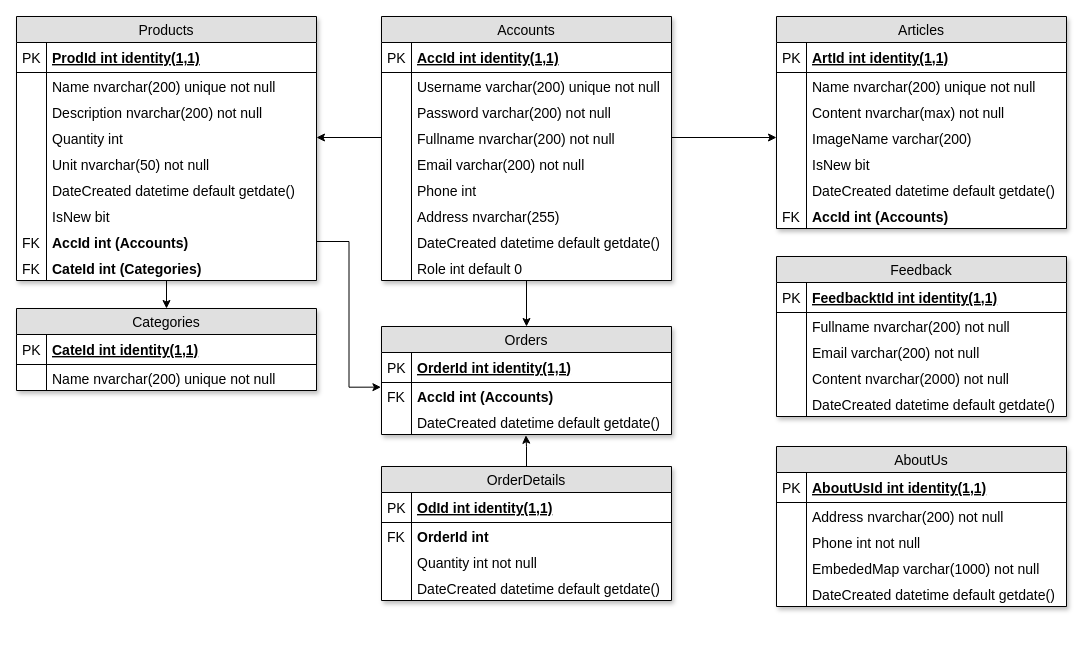
This is page "Database" (2 of 3) of PetCare-design-Phuong-PC.drawio from duyphuong403/PetCare, a draw.io file, before an edit. Source tidied: cells renumbered, new cells numbered last; positions are measured from the earlier drawing's top-left corner, leaving out a move shared by most shapes. Both pictures are drawn from the tidied source at 100%, with x=0, y=0 at pixel (16, 16).
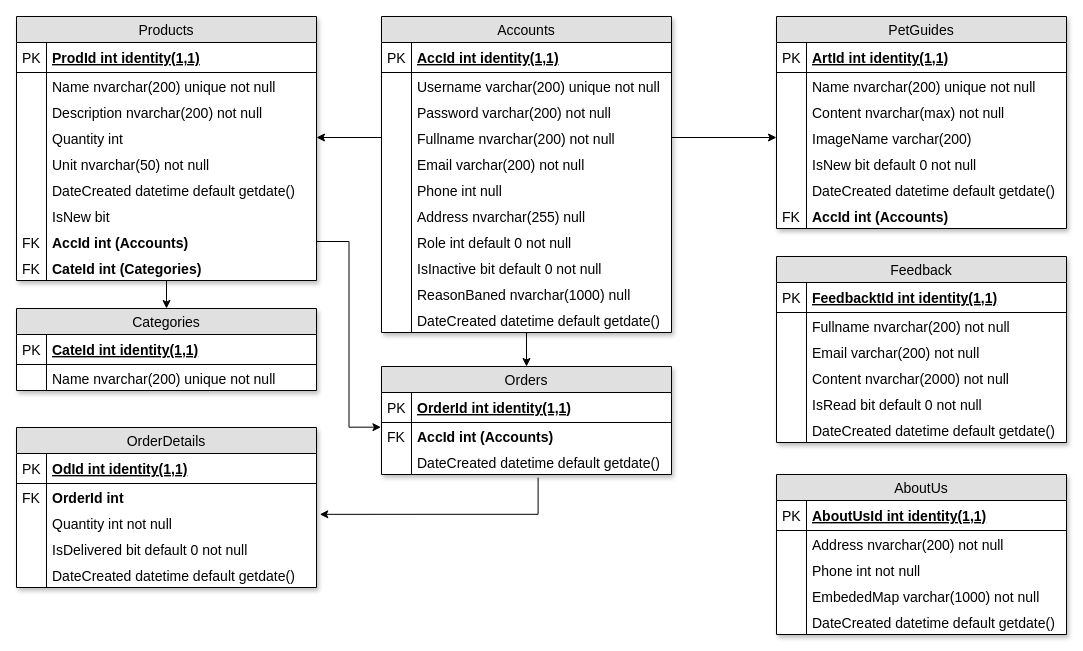
The same page after the edit.

Unchanged cells that the change refers to:
```xml
<mxCell id="32" value="DateCreated datetime default getdate()" style="shape=partialRectangle;top=0;left=0;right=0;bottom=0;align=left;verticalAlign=top;fillColor=none;spacingLeft=34;spacingRight=4;overflow=hidden;points=[[0,0.5],[1,0.5]];portConstraint=eastwest;fontSize=14;" parent="27" vertex="1">
  <mxGeometry y="82" width="290" height="26" as="geometry" />
</mxCell>
```

Diff of the diagram source:
```diff
@@
     <mxCell id="27" value="Orders" style="swimlane;fontStyle=0;horizontal=1;startSize=26;fillColor=#e0e0e0;swimlaneFillColor=#ffffff;align=center;fontSize=14;glass=0;rounded=0;swimlaneLine=1;shadow=1;comic=0;" parent="1" vertex="1">
-      <mxGeometry x="365" y="310" width="290" height="108" as="geometry" />
+      <mxGeometry x="365" y="350" width="290" height="108" as="geometry" />
     </mxCell>
@@
     <mxCell id="35" value="Accounts" style="swimlane;fontStyle=0;horizontal=1;startSize=26;fillColor=#e0e0e0;swimlaneFillColor=#ffffff;align=center;fontSize=14;glass=0;rounded=0;swimlaneLine=1;shadow=1;comic=0;" parent="1" vertex="1">
-      <mxGeometry x="365" width="290" height="264" as="geometry" />
+      <mxGeometry x="365" width="290" height="316" as="geometry" />
     </mxCell>
@@
-    <mxCell id="46" value="Phone int" style="shape=partialRectangle;top=0;left=0;right=0;bottom=0;align=left;verticalAlign=top;fillColor=none;spacingLeft=34;spacingRight=4;overflow=hidden;fontSize=14;" parent="35" vertex="1">
+    <mxCell id="46" value="Phone int null" style="shape=partialRectangle;top=0;left=0;right=0;bottom=0;align=left;verticalAlign=top;fillColor=none;spacingLeft=34;spacingRight=4;overflow=hidden;fontSize=14;" parent="35" vertex="1">
       <mxGeometry y="160" width="290" height="26" as="geometry" />
     </mxCell>
@@
-    <mxCell id="48" value="Address nvarchar(255)" style="shape=partialRectangle;top=0;left=0;right=0;bottom=0;align=left;verticalAlign=top;fillColor=none;spacingLeft=34;spacingRight=4;overflow=hidden;fontSize=14;" parent="35" vertex="1">
+    <mxCell id="48" value="Address nvarchar(255) null" style="shape=partialRectangle;top=0;left=0;right=0;bottom=0;align=left;verticalAlign=top;fillColor=none;spacingLeft=34;spacingRight=4;overflow=hidden;fontSize=14;" parent="35" vertex="1">
       <mxGeometry y="186" width="290" height="26" as="geometry" />
     </mxCell>
@@
+    <mxCell id="52" value="Role int default 0 not null&#10;" style="shape=partialRectangle;top=0;left=0;right=0;bottom=0;align=left;verticalAlign=top;fillColor=none;spacingLeft=34;spacingRight=4;overflow=hidden;fontSize=14;" parent="35" vertex="1">
+      <mxGeometry y="212" width="290" height="26" as="geometry" />
+    </mxCell>
+    <mxCell id="53" style="shape=partialRectangle;top=0;left=0;bottom=0;fillColor=none;align=left;verticalAlign=top;spacingLeft=4;spacingRight=4;overflow=hidden;fontSize=14;" parent="52" vertex="1">
+      <mxGeometry width="30" height="26" as="geometry" />
+    </mxCell>
+    <mxCell id="104" value="IsInactive bit default 0 not null" style="shape=partialRectangle;top=0;left=0;right=0;bottom=0;align=left;verticalAlign=top;fillColor=none;spacingLeft=34;spacingRight=4;overflow=hidden;fontSize=14;" parent="35" vertex="1">
+      <mxGeometry y="238" width="290" height="26" as="geometry" />
+    </mxCell>
+    <mxCell id="105" style="shape=partialRectangle;top=0;left=0;bottom=0;fillColor=none;align=left;verticalAlign=top;spacingLeft=4;spacingRight=4;overflow=hidden;fontSize=14;" parent="104" vertex="1">
+      <mxGeometry width="30" height="26" as="geometry" />
+    </mxCell>
+    <mxCell id="106" value="ReasonBaned nvarchar(1000) null" style="shape=partialRectangle;top=0;left=0;right=0;bottom=0;align=left;verticalAlign=top;fillColor=none;spacingLeft=34;spacingRight=4;overflow=hidden;fontSize=14;" parent="35" vertex="1">
+      <mxGeometry y="264" width="290" height="26" as="geometry" />
+    </mxCell>
+    <mxCell id="107" style="shape=partialRectangle;top=0;left=0;bottom=0;fillColor=none;align=left;verticalAlign=top;spacingLeft=4;spacingRight=4;overflow=hidden;fontSize=14;" parent="106" vertex="1">
+      <mxGeometry width="30" height="26" as="geometry" />
+    </mxCell>
     <mxCell id="50" value="DateCreated datetime default getdate()" style="shape=partialRectangle;top=0;left=0;right=0;bottom=0;align=left;verticalAlign=top;fillColor=none;spacingLeft=34;spacingRight=4;overflow=hidden;fontSize=14;" parent="35" vertex="1">
-      <mxGeometry y="212" width="290" height="26" as="geometry" />
+      <mxGeometry y="290" width="290" height="26" as="geometry" />
     </mxCell>
@@
-    <mxCell id="52" value="Role int default 0&#10;" style="shape=partialRectangle;top=0;left=0;right=0;bottom=0;align=left;verticalAlign=top;fillColor=none;spacingLeft=34;spacingRight=4;overflow=hidden;fontSize=14;" parent="35" vertex="1">
-      <mxGeometry y="238" width="290" height="26" as="geometry" />
-    </mxCell>
-    <mxCell id="53" style="shape=partialRectangle;top=0;left=0;bottom=0;fillColor=none;align=left;verticalAlign=top;spacingLeft=4;spacingRight=4;overflow=hidden;fontSize=14;" parent="52" vertex="1">
-      <mxGeometry width="30" height="26" as="geometry" />
-    </mxCell>
-    <mxCell id="54" value="Articles" style="swimlane;fontStyle=0;horizontal=1;startSize=26;fillColor=#e0e0e0;swimlaneFillColor=#ffffff;align=center;fontSize=14;glass=0;rounded=0;swimlaneLine=1;shadow=1;comic=0;" parent="1" vertex="1">
+    <mxCell id="54" value="PetGuides" style="swimlane;fontStyle=0;horizontal=1;startSize=26;fillColor=#e0e0e0;swimlaneFillColor=#ffffff;align=center;fontSize=14;glass=0;rounded=0;swimlaneLine=1;shadow=1;comic=0;" parent="1" vertex="1">
       <mxGeometry x="760" width="290" height="212" as="geometry" />
     </mxCell>
@@
-    <mxCell id="63" value="IsNew bit" style="shape=partialRectangle;top=0;left=0;right=0;bottom=0;align=left;verticalAlign=top;fillColor=none;spacingLeft=34;spacingRight=4;overflow=hidden;fontSize=14;" parent="54" vertex="1">
+    <mxCell id="63" value="IsNew bit default 0 not null" style="shape=partialRectangle;top=0;left=0;right=0;bottom=0;align=left;verticalAlign=top;fillColor=none;spacingLeft=34;spacingRight=4;overflow=hidden;fontSize=14;" parent="54" vertex="1">
       <mxGeometry y="134" width="290" height="26" as="geometry" />
     </mxCell>
@@
     <mxCell id="69" value="Feedback" style="swimlane;fontStyle=0;horizontal=1;startSize=26;fillColor=#e0e0e0;swimlaneFillColor=#ffffff;align=center;fontSize=14;glass=0;rounded=0;swimlaneLine=1;shadow=1;comic=0;" parent="1" vertex="1">
-      <mxGeometry x="760" y="240" width="290" height="160" as="geometry" />
+      <mxGeometry x="760" y="240" width="290" height="186" as="geometry" />
     </mxCell>
@@
+    <mxCell id="108" value="IsRead bit default 0 not null" style="shape=partialRectangle;top=0;left=0;right=0;bottom=0;align=left;verticalAlign=top;fillColor=none;spacingLeft=34;spacingRight=4;overflow=hidden;fontSize=14;" parent="69" vertex="1">
+      <mxGeometry y="134" width="290" height="26" as="geometry" />
+    </mxCell>
+    <mxCell id="109" style="shape=partialRectangle;top=0;left=0;bottom=0;fillColor=none;align=left;verticalAlign=top;spacingLeft=4;spacingRight=4;overflow=hidden;fontSize=14;" parent="108" vertex="1">
+      <mxGeometry width="30" height="26" as="geometry" />
+    </mxCell>
     <mxCell id="78" value="DateCreated datetime default getdate()" style="shape=partialRectangle;top=0;left=0;right=0;bottom=0;align=left;verticalAlign=top;fillColor=none;spacingLeft=34;spacingRight=4;overflow=hidden;fontSize=14;" parent="69" vertex="1">
-      <mxGeometry y="134" width="290" height="26" as="geometry" />
+      <mxGeometry y="160" width="290" height="26" as="geometry" />
     </mxCell>
@@
-    <mxCell id="82" style="edgeStyle=orthogonalEdgeStyle;rounded=0;jettySize=auto;html=1;entryX=0.498;entryY=1.029;entryDx=0;entryDy=0;entryPerimeter=0;" parent="1" edge="1" source="83" target="32">
-      <mxGeometry relative="1" as="geometry" />
-    </mxCell>
     <mxCell id="83" value="OrderDetails" style="swimlane;fontStyle=0;horizontal=1;startSize=26;fillColor=#e0e0e0;swimlaneFillColor=#ffffff;align=center;fontSize=14;glass=0;rounded=0;swimlaneLine=1;shadow=1;comic=0;" parent="1" vertex="1">
-      <mxGeometry x="365" y="450" width="290" height="134" as="geometry" />
+      <mxGeometry y="411" width="300" height="160" as="geometry" />
     </mxCell>
     <mxCell id="84" value="OdId int identity(1,1)" style="shape=partialRectangle;top=0;left=0;right=0;bottom=1;align=left;verticalAlign=middle;fillColor=none;spacingLeft=34;spacingRight=4;overflow=hidden;fontStyle=5;fontSize=14;" parent="83" vertex="1">
-      <mxGeometry y="26" width="290" height="30" as="geometry" />
+      <mxGeometry y="26" width="300" height="30" as="geometry" />
     </mxCell>
@@
     <mxCell id="86" value="OrderId int" style="shape=partialRectangle;top=0;left=0;right=0;bottom=0;align=left;verticalAlign=top;fillColor=none;spacingLeft=34;spacingRight=4;overflow=hidden;fontSize=14;fontStyle=1;" parent="83" vertex="1">
-      <mxGeometry y="56" width="290" height="26" as="geometry" />
+      <mxGeometry y="56" width="300" height="26" as="geometry" />
     </mxCell>
@@
     <mxCell id="88" value="Quantity int not null&#10;" style="shape=partialRectangle;top=0;left=0;right=0;bottom=0;align=left;verticalAlign=top;fillColor=none;spacingLeft=34;spacingRight=4;overflow=hidden;points=[[0,0.5],[1,0.5]];portConstraint=eastwest;fontSize=14;" parent="83" vertex="1">
-      <mxGeometry y="82" width="290" height="26" as="geometry" />
+      <mxGeometry y="82" width="300" height="26" as="geometry" />
     </mxCell>
@@
+    <mxCell id="110" value="IsDelivered bit default 0 not null" style="shape=partialRectangle;top=0;left=0;right=0;bottom=0;align=left;verticalAlign=top;fillColor=none;spacingLeft=34;spacingRight=4;overflow=hidden;fontSize=14;" parent="83" vertex="1">
+      <mxGeometry y="108" width="300" height="26" as="geometry" />
+    </mxCell>
+    <mxCell id="111" style="shape=partialRectangle;top=0;left=0;bottom=0;fillColor=none;align=left;verticalAlign=top;spacingLeft=4;spacingRight=4;overflow=hidden;fontSize=14;" parent="110" vertex="1">
+      <mxGeometry width="30" height="26" as="geometry" />
+    </mxCell>
     <mxCell id="90" value="DateCreated datetime default getdate()" style="shape=partialRectangle;top=0;left=0;right=0;bottom=0;align=left;verticalAlign=top;fillColor=none;spacingLeft=34;spacingRight=4;overflow=hidden;fontSize=14;" parent="83" vertex="1">
-      <mxGeometry y="108" width="290" height="26" as="geometry" />
+      <mxGeometry y="134" width="300" height="26" as="geometry" />
     </mxCell>
@@
     <mxCell id="93" value="AboutUs" style="swimlane;fontStyle=0;horizontal=1;startSize=26;fillColor=#e0e0e0;swimlaneFillColor=#ffffff;align=center;fontSize=14;glass=0;rounded=0;swimlaneLine=1;shadow=1;comic=0;" parent="1" vertex="1">
-      <mxGeometry x="760" y="430" width="290" height="160" as="geometry" />
+      <mxGeometry x="760" y="458" width="290" height="160" as="geometry" />
     </mxCell>
@@
+    <mxCell id="82" style="edgeStyle=orthogonalEdgeStyle;rounded=0;jettySize=auto;html=1;entryX=1.011;entryY=0.186;entryDx=0;entryDy=0;entryPerimeter=0;exitX=0.54;exitY=1.12;exitDx=0;exitDy=0;exitPerimeter=0;" parent="1" edge="1" source="32" target="88">
+      <mxGeometry relative="1" as="geometry">
+        <Array as="points">
+          <mxPoint x="521" y="497" />
+        </Array>
+      </mxGeometry>
+    </mxCell>
```
